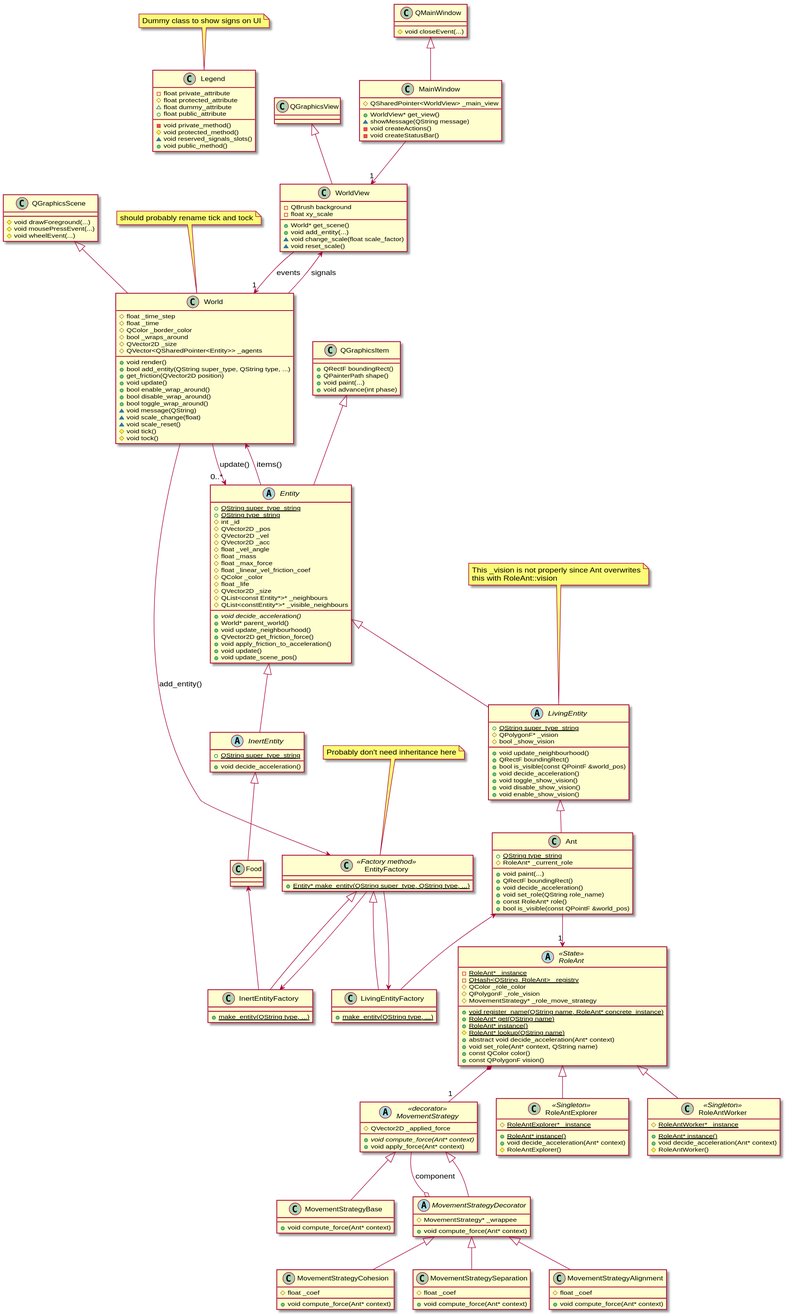
This is specs/class_diagram.svg from gagbo/emergence, a PlantUML export, as it was before one commit. Its source is kept beside it as specs/class_diagram.puml. The source it was exported from:
```plantuml
@startuml

class Legend {
-void private_method()
#void protected_method()
~void reserved_signals_slots()
+void public_method()

-float private_attribute
#float protected_attribute
~float dummy_attribute
+float public_attribute
}
note top: Dummy class to show signs on UI

class MainWindow {
#QSharedPointer<WorldView> _main_view

+WorldView* get_view()
~showMessage(QString message)
-void createActions()
-void createStatusBar()
}

class QMainWindow {
#void closeEvent(...)
}

class QGraphicsView

class QGraphicsScene {
#void drawForeground(...)
#void mousePressEvent(...)
#void wheelEvent(...)
}

class QGraphicsItem {
+QRectF boundingRect()
+QPainterPath shape()
+void paint(...)
+void advance(int phase)
}

class WorldView {
-QBrush background
-float xy_scale

+World* get_scene()
+void add_entity(...)
~void change_scale(float scale_factor)
~void reset_scale()
}

class World {
#float _time_step
#float _time
#QColor _border_color
#bool _wraps_around
#QVector2D _size
#QVector<QSharedPointer<Entity>> _agents

+void render()
+bool add_entity(QString super_type, QString type, ...)
+get_friction(QVector2D position)
+void update()
+bool enable_wrap_around()
+bool disable_wrap_around()
+bool toggle_wrap_around()
~void message(QString)
~void scale_change(float)
~void scale_reset()
#void tick()
#void tock()
}
note top: should probably rename tick and tock

abstract class Entity {
+{static} QString super_type_string
+{static} QString type_string

#int _id
#QVector2D _pos
#QVector2D _vel
#QVector2D _acc
#float _vel_angle
#float _mass
#float _max_force
#float _linear_vel_friction_coef
#QColor _color
#float _life
#QVector2D _size
#QList<const Entity*>* _neighbours
#QList<constEntity*>* _visible_neighbours

+{abstract} void decide_acceleration()
+World* parent_world()
+void update_neighbourhood()
+QVector2D get_friction_force()
+void apply_friction_to_acceleration()
+void update()
+void update_scene_pos()
}

abstract class LivingEntity {
+{static} QString super_type_string
#QPolygonF* _vision
#bool _show_vision

+void update_neighbourhood()
+QRectF boundingRect()
+bool is_visible(const QPointF &world_pos)
+void decide_acceleration()
+void toggle_show_vision()
+void disable_show_vision()
+void enable_show_vision()
}
note top of LivingEntity : This _vision is not properly since Ant overwrites\nthis with RoleAnt::vision

abstract class InertEntity {
+{static} QString super_type_string
+void decide_acceleration()
}

class Ant {
+{static} QString type_string
#RoleAnt* _current_role

+void paint(...)
+QRectF boundingRect()
+void decide_acceleration()
+void set_role(QString role_name)
+const RoleAnt* role()
+bool is_visible(const QPointF &world_pos)
}

class Food

abstract class MovementStrategy << decorator >> {
#QVector2D _applied_force

+{abstract} void compute_force(Ant* context)
+void apply_force(Ant* context)
}

class MovementStrategyBase {
+void compute_force(Ant* context)
}

abstract class MovementStrategyDecorator {
#MovementStrategy* _wrappee

+void compute_force(Ant* context)
}

class MovementStrategyCohesion {
#float _coef

+void compute_force(Ant* context)
}

class MovementStrategySeparation {
#float _coef

+void compute_force(Ant* context)
}

class MovementStrategyAlignment {
#float _coef

+void compute_force(Ant* context)
}

abstract class RoleAnt << State >> {
+{static} void register_name(QString name, RoleAnt* concrete_instance)
+{static} RoleAnt* get(QString name)
+{static} RoleAnt* instance()
-{static} RoleAnt* _instance
-{static} QHash<QString, RoleAnt> _registry

#{static} RoleAnt* lookup(QString name)
#QColor _role_color
#QPolygonF _role_vision
#MovementStrategy* _role_move_strategy

+abstract void decide_acceleration(Ant* context)
+void set_role(Ant* context, QString name)
+const QColor color()
+const QPolygonF vision()
}

class RoleAntExplorer << Singleton >> {
#{static} RoleAntExplorer* _instance

+{static} RoleAnt* instance()
+void decide_acceleration(Ant* context)
#RoleAntExplorer()
}

class RoleAntWorker <<Singleton >> {
#{static} RoleAntWorker* _instance

+{static} RoleAnt* instance()
+void decide_acceleration(Ant* context)
#RoleAntWorker()
}

class EntityFactory << Factory method >> {
+{static} Entity* make_entity(QString super_type, QString type, ...)
}
note top of EntityFactory : Probably don't need inheritance here
class LivingEntityFactory {
+{static} make_entity(QString type, ...)
}

class InertEntityFactory {
+{static} make_entity(QString type, ...)
}

QMainWindow <|-- MainWindow
MainWindow --> "1" WorldView

QGraphicsView <|-- WorldView

QGraphicsScene <|-- World

QGraphicsItem <|-- Entity

WorldView --> "1" World : events
World --> WorldView : signals

World --> "0..*" Entity : update()
Entity --> World : items()
World --> EntityFactory : add_entity()

EntityFactory <|-- LivingEntityFactory
EntityFactory <|-- InertEntityFactory

EntityFactory --> LivingEntityFactory
EntityFactory --> InertEntityFactory

Ant <-- LivingEntityFactory
Food <-- InertEntityFactory

Entity <|-- LivingEntity
LivingEntity <|-- Ant

Entity <|-- InertEntity
InertEntity <|-- Food

Ant --> "1" RoleAnt
RoleAnt <|-- RoleAntWorker
RoleAnt <|-- RoleAntExplorer

RoleAnt *-- "1" MovementStrategy
MovementStrategy <|-- MovementStrategyBase
MovementStrategy <|-- MovementStrategyDecorator
MovementStrategyDecorator <|-- MovementStrategyCohesion
MovementStrategyDecorator <|-- MovementStrategySeparation
MovementStrategyDecorator <|-- MovementStrategyAlignment

MovementStrategyDecorator o-- MovementStrategy : component

@enduml
```
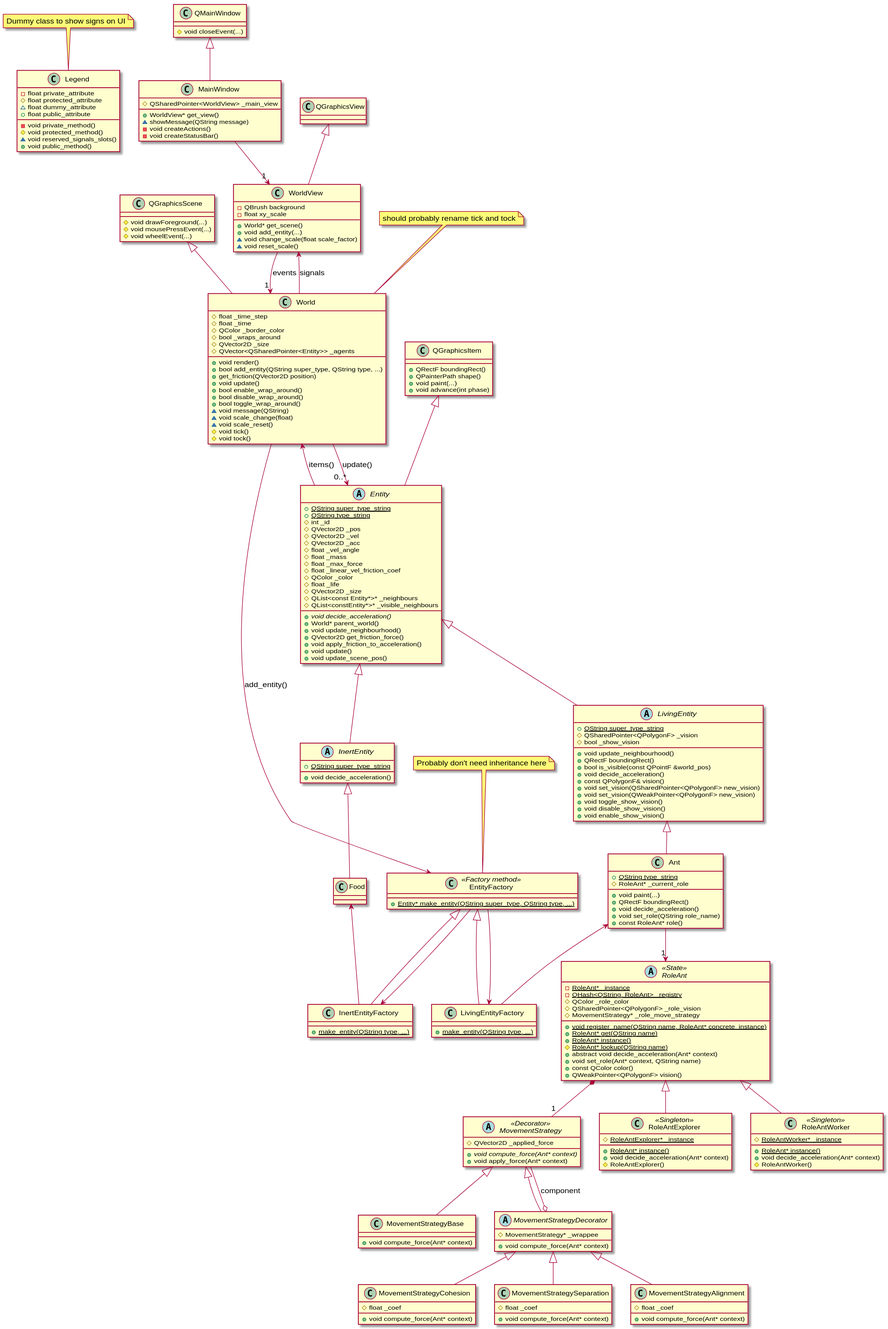
After the change.

Commit message:
Refactor _vision out of Ant hands

What changed in the source:
```diff
@@ -103,18 +103,20 @@
 
 abstract class LivingEntity {
 +{static} QString super_type_string
-#QPolygonF* _vision
+#QSharedPointer<QPolygonF> _vision
 #bool _show_vision
 
 +void update_neighbourhood()
 +QRectF boundingRect()
 +bool is_visible(const QPointF &world_pos)
 +void decide_acceleration()
++const QPolygonF& vision()
++void set_vision(QSharedPointer<QPolygonF> new_vision)
++void set_vision(QWeakPointer<QPolygonF> new_vision)
 +void toggle_show_vision()
 +void disable_show_vision()
 +void enable_show_vision()
 }
-note top of LivingEntity : This _vision is not properly since Ant overwrites\nthis with RoleAnt::vision
 
 abstract class InertEntity {
 +{static} QString super_type_string
@@ -130,12 +132,11 @@
 +void decide_acceleration()
 +void set_role(QString role_name)
 +const RoleAnt* role()
-+bool is_visible(const QPointF &world_pos)
 }
 
 class Food
 
-abstract class MovementStrategy << decorator >> {
+abstract class MovementStrategy << Decorator >> {
 #QVector2D _applied_force
 
 +{abstract} void compute_force(Ant* context)
@@ -179,13 +180,13 @@
 
 #{static} RoleAnt* lookup(QString name)
 #QColor _role_color
-#QPolygonF _role_vision
+#QSharedPointer<QPolygonF> _role_vision
 #MovementStrategy* _role_move_strategy
 
 +abstract void decide_acceleration(Ant* context)
 +void set_role(Ant* context, QString name)
 +const QColor color()
-+const QPolygonF vision()
++QWeakPointer<QPolygonF> vision()
 }
 
 class RoleAntExplorer << Singleton >> {
```
